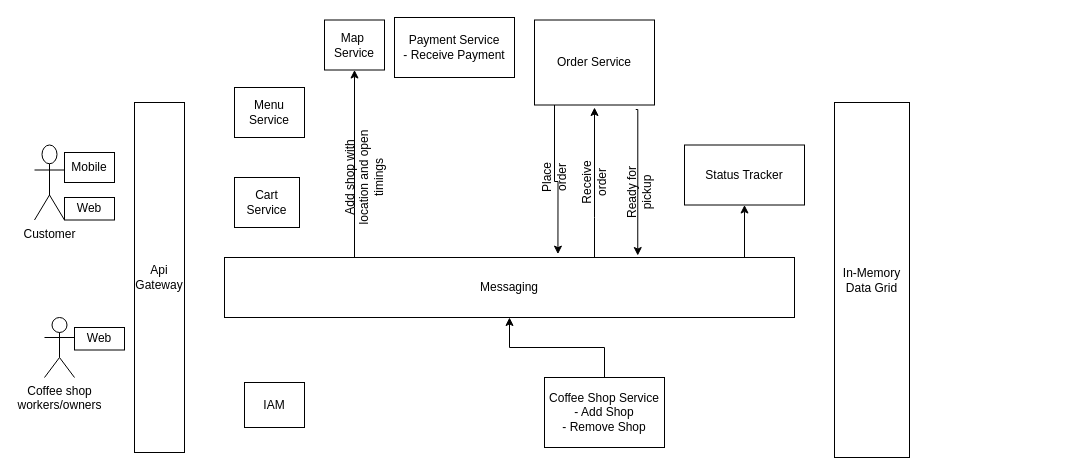
The draw.io diagram Untitled Diagram.drawio in dinesh-i/uber-coffee-shops, before the edit. Source tidied: cells renumbered, new cells numbered last; positions are measured from the earlier drawing's top-left corner, leaving out a move shared by most shapes. Both pictures are drawn from the tidied source at 100%, with x=0, y=0 at pixel (34, 17).
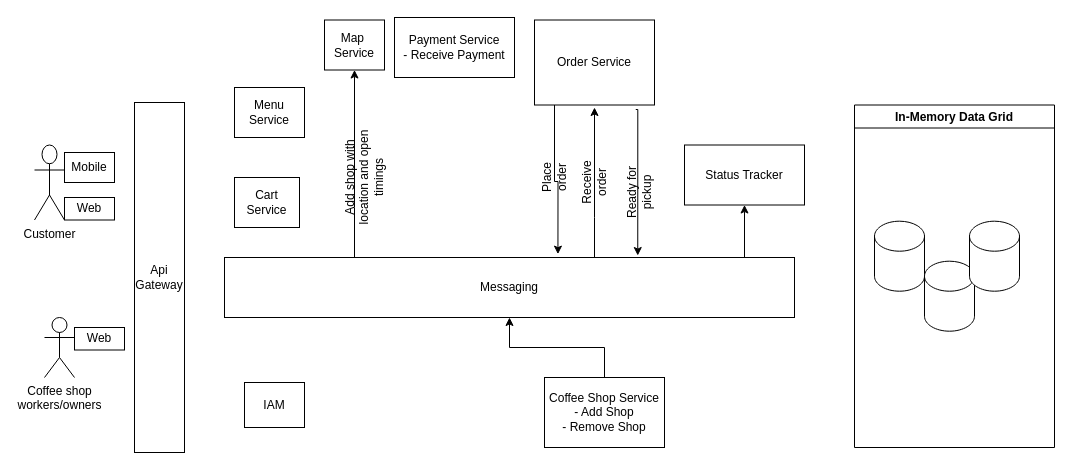
The same diagram, later.

The edit, as a diff of the source:
```diff
@@
-    <mxCell id="28" value="In-Memory Data Grid" style="rounded=0;whiteSpace=wrap;html=1;" parent="1" vertex="1">
-      <mxGeometry x="800" y="85" width="75" height="355" as="geometry" />
+    <mxCell id="28" value="In-Memory Data Grid" style="swimlane;" parent="1" vertex="1">
+      <mxGeometry x="820" y="87.5" width="200" height="342.5" as="geometry" />
     </mxCell>
+    <mxCell id="29" style="shape=cylinder3;whiteSpace=wrap;html=1;boundedLbl=1;backgroundOutline=1;size=15;" parent="28" vertex="1">
+      <mxGeometry x="20" y="116.2" width="50" height="70" as="geometry" />
+    </mxCell>
+    <mxCell id="30" style="shape=cylinder3;whiteSpace=wrap;html=1;boundedLbl=1;backgroundOutline=1;size=15;" parent="28" vertex="1">
+      <mxGeometry x="70" y="156.2" width="50" height="70" as="geometry" />
+    </mxCell>
+    <mxCell id="31" style="shape=cylinder3;whiteSpace=wrap;html=1;boundedLbl=1;backgroundOutline=1;size=15;" parent="28" vertex="1">
+      <mxGeometry x="115" y="116.2" width="50" height="70" as="geometry" />
+    </mxCell>
```
